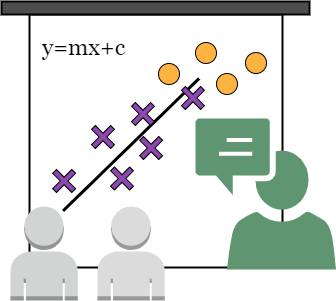
Before: images/advising-consulting.png, a diagram exported from draw.io (RobSLong/RobSLong.github.io). Source tidied: cells renumbered, new cells last; positions are measured from the earlier drawing's top-left corner, leaving out a move shared by most shapes. Its diagram source:
```xml
<mxGraphModel>
  <root>
    <mxCell id="0" />
    <mxCell id="1" parent="0" />
    <mxCell id="2" style="whiteSpace=wrap;html=1;strokeWidth=2;fontSize=23;" parent="1" vertex="1">
      <mxGeometry x="132" y="13" width="253" height="253" as="geometry" />
    </mxCell>
    <mxCell id="3" style="endArrow=none;html=1;rounded=0;fontSize=23;startSize=8;endSize=8;strokeWidth=3;" parent="1" edge="1">
      <mxGeometry relative="1" as="geometry">
        <mxPoint x="301.6" y="77" as="sourcePoint" />
        <mxPoint x="165.6" y="209.4" as="targetPoint" />
      </mxGeometry>
    </mxCell>
    <mxCell id="4" style="edgeStyle=none;curved=1;rounded=0;jettySize=auto;html=1;fontSize=12;startSize=8;endSize=8;" parent="1" edge="1" target="x">
      <mxGeometry relative="1" as="geometry">
        <mxPoint y="56" as="sourcePoint" />
      </mxGeometry>
    </mxCell>
    <mxCell id="5" style="edgeStyle=none;curved=1;rounded=0;jettySize=auto;html=1;fontSize=12;startSize=8;endSize=8;" parent="1" edge="1" target="x">
      <mxGeometry relative="1" as="geometry">
        <mxPoint x="39.5" y="140.5" as="sourcePoint" />
      </mxGeometry>
    </mxCell>
    <mxCell id="6" style="edgeStyle=none;curved=1;rounded=0;jettySize=auto;html=1;fontSize=12;startSize=8;endSize=8;" parent="1" edge="1" source="x">
      <mxGeometry relative="1" as="geometry">
        <mxPoint y="180" as="targetPoint" />
      </mxGeometry>
    </mxCell>
    <mxCell id="7" style="rounded=0;whiteSpace=wrap;html=1;strokeWidth=2;fillColor=#4D4D4D;fontSize=23;" parent="1" vertex="1">
      <mxGeometry x="104" width="308" height="13" as="geometry" />
    </mxCell>
    <mxCell id="8" style="dashed=0;verticalLabelPosition=bottom;verticalAlign=top;align=center;html=1;shape=mxgraph.aws3.user;fillColor=#D2D3D3;gradientColor=none;fontSize=23;" parent="1" vertex="1">
      <mxGeometry x="113" y="205" width="67.1" height="94" as="geometry" />
    </mxCell>
    <mxCell id="9" style="dashed=0;verticalLabelPosition=bottom;verticalAlign=top;align=center;html=1;shape=mxgraph.aws3.user;fillColor=#DBDBDB;gradientColor=none;strokeWidth=1;strokeColor=none;fontSize=23;" parent="1" vertex="1">
      <mxGeometry x="200" y="205" width="67.1" height="94" as="geometry" />
    </mxCell>
    <mxCell id="10" style="shape=cross;whiteSpace=wrap;html=1;rotation=-45;fillColor=#8D48B0;fontSize=23;" parent="1" vertex="1">
      <mxGeometry x="153.1" y="166" width="27" height="27" as="geometry" />
    </mxCell>
    <mxCell id="11" style="shape=cross;whiteSpace=wrap;html=1;rotation=-45;fillColor=#8D48B0;fontSize=23;" parent="1" vertex="1">
      <mxGeometry x="192" y="122" width="27" height="27" as="geometry" />
    </mxCell>
    <mxCell id="12" style="shape=cross;whiteSpace=wrap;html=1;rotation=-45;fillColor=#8D48B0;fontSize=23;" parent="1" vertex="1">
      <mxGeometry x="240.1" y="133" width="27" height="27" as="geometry" />
    </mxCell>
    <mxCell id="13" style="shape=cross;whiteSpace=wrap;html=1;rotation=-45;fillColor=#8D48B0;fontSize=23;" parent="1" vertex="1">
      <mxGeometry x="232" y="99" width="27" height="27" as="geometry" />
    </mxCell>
    <mxCell id="14" style="shape=cross;whiteSpace=wrap;html=1;rotation=-45;fillColor=#8D48B0;fontSize=23;" parent="1" vertex="1">
      <mxGeometry x="211" y="163.5" width="27" height="27" as="geometry" />
    </mxCell>
    <mxCell id="15" style="shape=cross;whiteSpace=wrap;html=1;rotation=-45;fillColor=#8D48B0;fontSize=23;" parent="1" vertex="1">
      <mxGeometry x="282" y="83" width="27" height="27" as="geometry" />
    </mxCell>
    <mxCell id="16" style="ellipse;whiteSpace=wrap;html=1;fillColor=#FFB340;fontSize=23;" parent="1" vertex="1">
      <mxGeometry x="261" y="62" width="21" height="21" as="geometry" />
    </mxCell>
    <mxCell id="17" style="ellipse;whiteSpace=wrap;html=1;fillColor=#FFB340;fontSize=23;" parent="1" vertex="1">
      <mxGeometry x="319" y="72" width="21" height="21" as="geometry" />
    </mxCell>
    <mxCell id="18" style="ellipse;whiteSpace=wrap;html=1;fillColor=#FFB340;fontSize=23;" parent="1" vertex="1">
      <mxGeometry x="348" y="51" width="21" height="21" as="geometry" />
    </mxCell>
    <mxCell id="19" style="ellipse;whiteSpace=wrap;html=1;fillColor=#FFB340;fontSize=23;" parent="1" vertex="1">
      <mxGeometry x="298" y="41" width="21" height="21" as="geometry" />
    </mxCell>
    <mxCell id="20" style="sketch=0;shadow=0;dashed=0;html=1;strokeColor=none;fillColor=#5F9671;labelPosition=center;verticalLabelPosition=bottom;verticalAlign=top;align=center;shape=mxgraph.office.users.communications;fontSize=23;flipH=1;" parent="1" vertex="1">
      <mxGeometry x="298" y="117" width="140.6" height="151" as="geometry" />
    </mxCell>
    <mxCell id="21" value="&lt;span style=&quot;color: rgb(0, 0, 0); font-family: Georgia; font-size: 23px; font-style: normal; font-variant-ligatures: normal; font-variant-caps: normal; font-weight: 400; letter-spacing: normal; orphans: 2; text-align: center; text-indent: 0px; text-transform: none; widows: 2; word-spacing: 0px; -webkit-text-stroke-width: 0px; background-color: rgb(255, 255, 255); text-decoration-thickness: initial; text-decoration-style: initial; text-decoration-color: initial; float: none; display: inline !important;&quot;&gt;y=mx+c&lt;/span&gt;" style="text;whiteSpace=wrap;html=1;fontSize=23;" parent="1" vertex="1">
      <mxGeometry x="143" y="26" width="89" height="42" as="geometry" />
    </mxCell>
  </root>
</mxGraphModel>
```
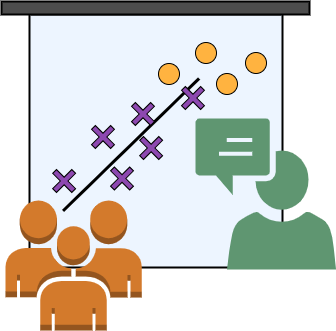
Above is the later version.

Change to the diagram source:
```diff
@@ -2,7 +2,7 @@
   <root>
     <mxCell id="0" />
     <mxCell id="1" parent="0" />
-    <mxCell id="2" style="whiteSpace=wrap;html=1;strokeWidth=2;fontSize=23;" parent="1" vertex="1">
+    <mxCell id="2" style="whiteSpace=wrap;html=1;strokeWidth=2;fontSize=23;fillColor=#EDF5FF;" parent="1" vertex="1">
       <mxGeometry x="132" y="13" width="253" height="253" as="geometry" />
     </mxCell>
     <mxCell id="3" style="endArrow=none;html=1;rounded=0;fontSize=23;startSize=8;endSize=8;strokeWidth=3;" parent="1" edge="1">
@@ -29,12 +29,6 @@
     <mxCell id="7" style="rounded=0;whiteSpace=wrap;html=1;strokeWidth=2;fillColor=#4D4D4D;fontSize=23;" parent="1" vertex="1">
       <mxGeometry x="104" width="308" height="13" as="geometry" />
     </mxCell>
-    <mxCell id="8" style="dashed=0;verticalLabelPosition=bottom;verticalAlign=top;align=center;html=1;shape=mxgraph.aws3.user;fillColor=#D2D3D3;gradientColor=none;fontSize=23;" parent="1" vertex="1">
-      <mxGeometry x="113" y="205" width="67.1" height="94" as="geometry" />
-    </mxCell>
-    <mxCell id="9" style="dashed=0;verticalLabelPosition=bottom;verticalAlign=top;align=center;html=1;shape=mxgraph.aws3.user;fillColor=#DBDBDB;gradientColor=none;strokeWidth=1;strokeColor=none;fontSize=23;" parent="1" vertex="1">
-      <mxGeometry x="200" y="205" width="67.1" height="94" as="geometry" />
-    </mxCell>
     <mxCell id="10" style="shape=cross;whiteSpace=wrap;html=1;rotation=-45;fillColor=#8D48B0;fontSize=23;" parent="1" vertex="1">
       <mxGeometry x="153.1" y="166" width="27" height="27" as="geometry" />
     </mxCell>
@@ -68,8 +62,8 @@
     <mxCell id="20" style="sketch=0;shadow=0;dashed=0;html=1;strokeColor=none;fillColor=#5F9671;labelPosition=center;verticalLabelPosition=bottom;verticalAlign=top;align=center;shape=mxgraph.office.users.communications;fontSize=23;flipH=1;" parent="1" vertex="1">
       <mxGeometry x="298" y="117" width="140.6" height="151" as="geometry" />
     </mxCell>
-    <mxCell id="21" value="&lt;span style=&quot;color: rgb(0, 0, 0); font-family: Georgia; font-size: 23px; font-style: normal; font-variant-ligatures: normal; font-variant-caps: normal; font-weight: 400; letter-spacing: normal; orphans: 2; text-align: center; text-indent: 0px; text-transform: none; widows: 2; word-spacing: 0px; -webkit-text-stroke-width: 0px; background-color: rgb(255, 255, 255); text-decoration-thickness: initial; text-decoration-style: initial; text-decoration-color: initial; float: none; display: inline !important;&quot;&gt;y=mx+c&lt;/span&gt;" style="text;whiteSpace=wrap;html=1;fontSize=23;" parent="1" vertex="1">
-      <mxGeometry x="143" y="26" width="89" height="42" as="geometry" />
-    </mxCell>
+    <mxCell id="22" style="verticalLabelPosition=bottom;verticalAlign=top;align=center;html=1;shape=mxgraph.aws3.users;fillColor=#D37A2C;gradientColor=none;strokeWidth=1;perimeterSpacing=4;" parent="1" vertex="1">
+      <mxGeometry x="108" y="199" width="136.2" height="130" as="geometry" />
+    </mxCell>
   </root>
 </mxGraphModel>
```
